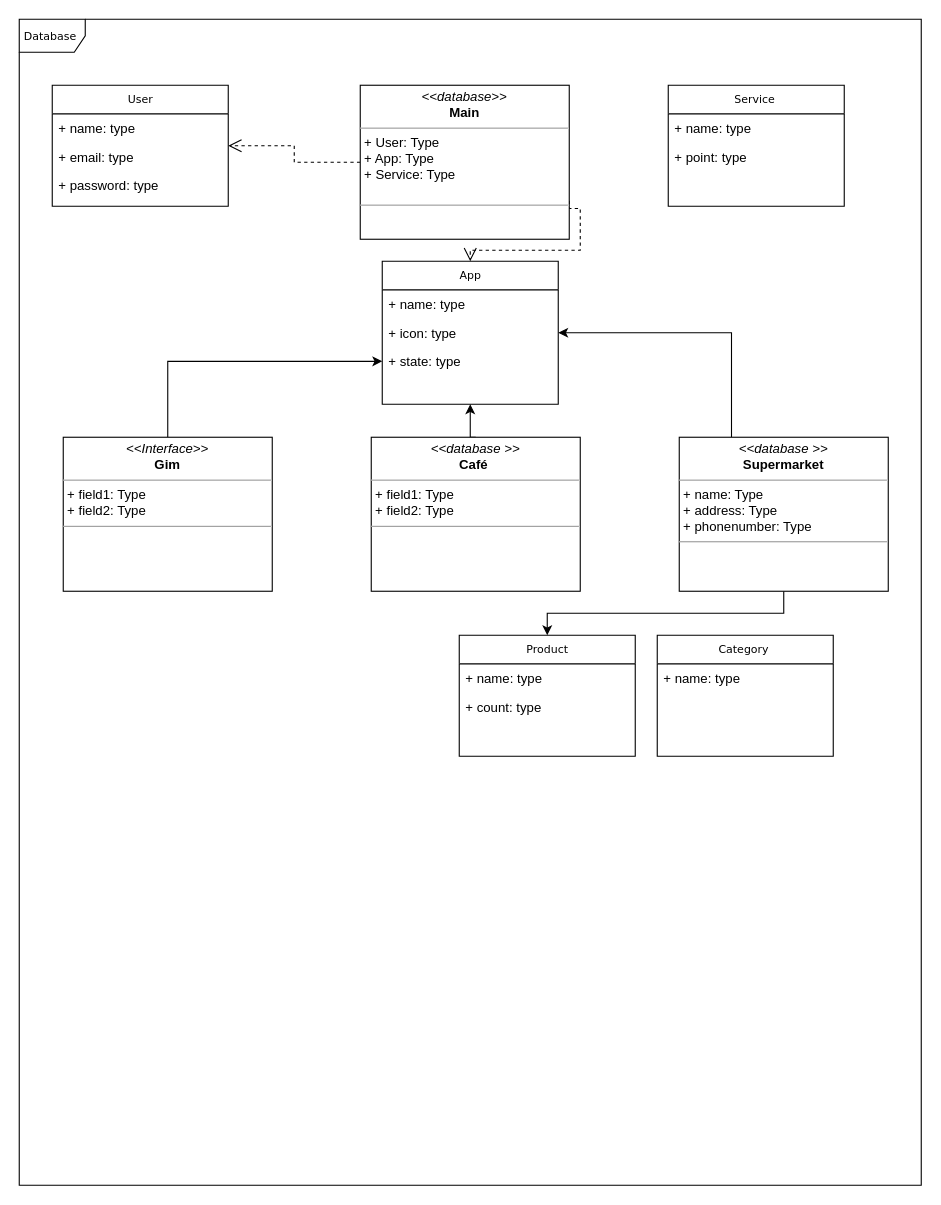
Before: Untitled Diagram.drawio in HassanKadhim/E-Tech, a draw.io diagram. Source tidied: cells renumbered, new cells numbered last; positions are measured from the earlier drawing's top-left corner, leaving out a move shared by most shapes. Both pictures are drawn from the tidied source at 110%, with x=0, y=0 at pixel (19, 19).
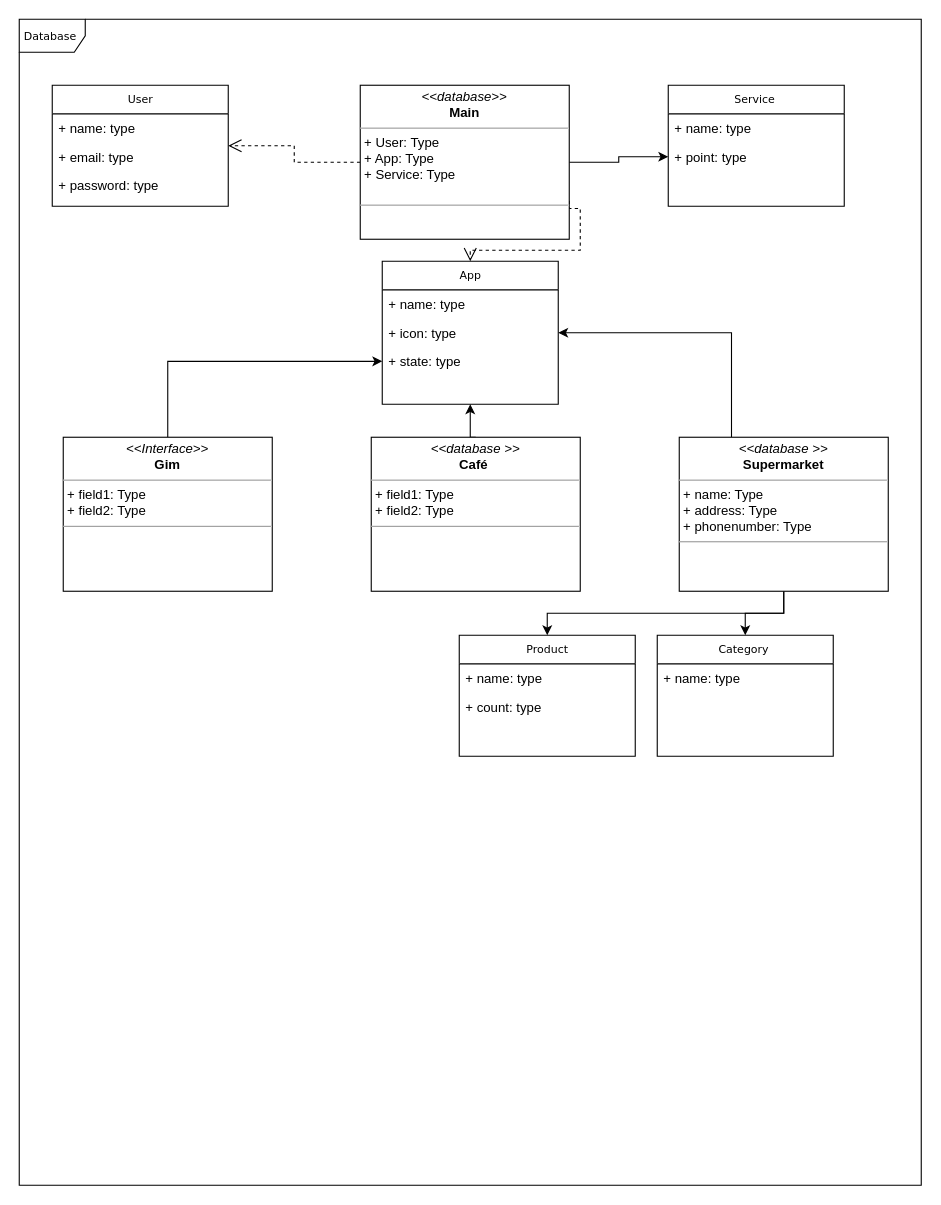
After the change.

The change refers to these unchanged cells:
```xml
<mxCell id="13" value="&lt;p style=&quot;margin:0px;margin-top:4px;text-align:center;&quot;&gt;&lt;i&gt;&amp;lt;&amp;lt;database &amp;gt;&amp;gt;&lt;/i&gt;&lt;br&gt;&lt;b&gt;Supermarket&lt;/b&gt;&lt;/p&gt;&lt;hr size=&quot;1&quot;&gt;&lt;p style=&quot;margin:0px;margin-left:4px;&quot;&gt;+ name: Type&lt;br&gt;+ address: Type&lt;/p&gt;&lt;p style=&quot;margin:0px;margin-left:4px;&quot;&gt;+ phonenumber: Type&lt;br&gt;&lt;/p&gt;&lt;hr size=&quot;1&quot;&gt;&lt;p style=&quot;margin:0px;margin-left:4px;&quot;&gt;&lt;br&gt;&lt;/p&gt;" style="verticalAlign=top;align=left;overflow=fill;fontSize=12;fontFamily=Helvetica;html=1;rounded=0;shadow=0;comic=0;labelBackgroundColor=none;strokeWidth=1;" parent="1" vertex="1">
  <mxGeometry x="600" y="380" width="190" height="140" as="geometry" />
</mxCell>
<mxCell id="16" value="&lt;p style=&quot;margin:0px;margin-top:4px;text-align:center;&quot;&gt;&lt;i&gt;&amp;lt;&amp;lt;database&amp;gt;&amp;gt;&lt;/i&gt;&lt;br&gt;&lt;b&gt;Main&lt;/b&gt;&lt;/p&gt;&lt;hr size=&quot;1&quot;&gt;&lt;p style=&quot;margin:0px;margin-left:4px;&quot;&gt;+ User: Type&lt;br&gt;+ App: Type&lt;/p&gt;&lt;p style=&quot;margin:0px;margin-left:4px;&quot;&gt;+ Service: Type&lt;br&gt;&lt;/p&gt;&lt;div&gt;&lt;br&gt;&lt;/div&gt;&lt;hr size=&quot;1&quot;&gt;&lt;p style=&quot;margin:0px;margin-left:4px;&quot;&gt;&lt;br&gt;&lt;/p&gt;" style="verticalAlign=top;align=left;overflow=fill;fontSize=12;fontFamily=Helvetica;html=1;rounded=0;shadow=0;comic=0;labelBackgroundColor=none;strokeWidth=1;" parent="1" vertex="1">
  <mxGeometry x="310" y="60" width="190" height="140" as="geometry" />
</mxCell>
<mxCell id="23" value="+ point: type" style="text;html=1;strokeColor=none;fillColor=none;align=left;verticalAlign=top;spacingLeft=4;spacingRight=4;whiteSpace=wrap;overflow=hidden;points=[[0,0.5],[1,0.5]];portConstraint=eastwest;" parent="21" vertex="1">
  <mxGeometry y="52" width="160" height="26" as="geometry" />
</mxCell>
<mxCell id="27" value="Category&amp;nbsp;" style="swimlane;html=1;fontStyle=0;horizontal=1;startSize=26;fillColor=none;swimlaneFillColor=#ffffff;rounded=0;shadow=0;comic=0;labelBackgroundColor=none;strokeWidth=1;fontFamily=Verdana;fontSize=10;align=center;" parent="1" vertex="1">
  <mxGeometry x="580" y="560" width="160" height="110" as="geometry" />
</mxCell>
```

Diff of the diagram source:
```diff
@@
+    <mxCell id="29" style="edgeStyle=orthogonalEdgeStyle;rounded=0;jettySize=auto;html=1;exitX=0.5;exitY=1;exitDx=0;exitDy=0;" parent="1" edge="1" source="13" target="27">
+      <mxGeometry relative="1" as="geometry" />
+    </mxCell>
@@
+    <mxCell id="30" style="edgeStyle=orthogonalEdgeStyle;rounded=0;jettySize=auto;html=1;exitX=1;exitY=0.5;exitDx=0;exitDy=0;entryX=0;entryY=0.5;entryDx=0;entryDy=0;" parent="1" edge="1" source="16" target="23">
+      <mxGeometry relative="1" as="geometry" />
+    </mxCell>
```
